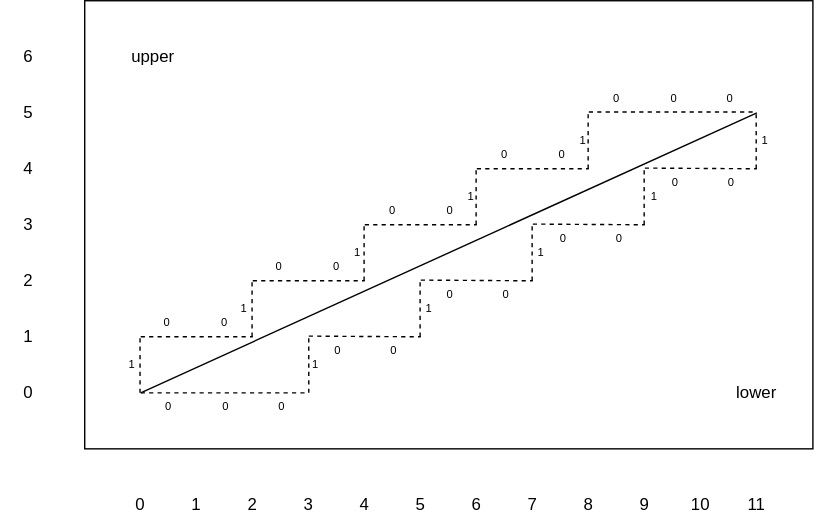
Above: christoffel.svg in visualex/rhythms (draw.io), before the change. Source tidied: cells renumbered, new cells last; positions are measured from the earlier drawing's top-left corner, leaving out a move shared by most shapes.
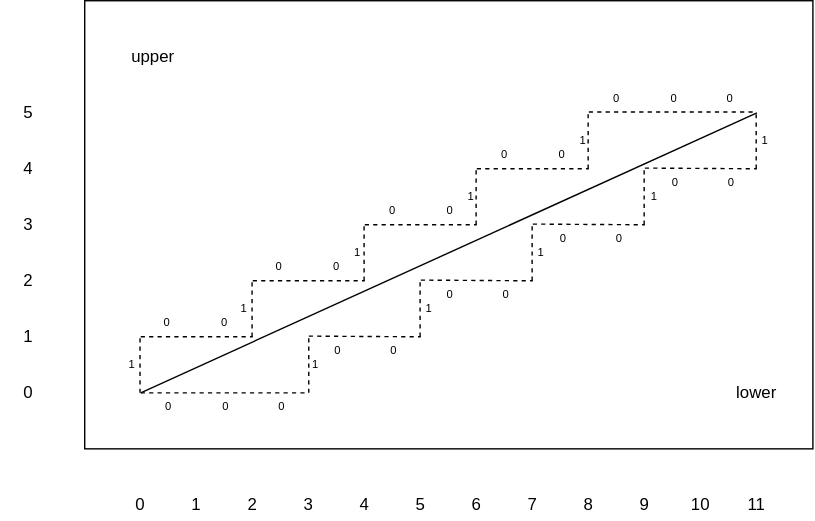
The same diagram one commit later.

Change to the diagram source:
```diff
@@ -17,9 +17,6 @@
     <mxCell id="6" value="5" style="text;html=1;strokeColor=none;fillColor=none;align=center;verticalAlign=middle;whiteSpace=wrap;rounded=0;" parent="1" vertex="1">
       <mxGeometry y="70" width="40" height="20" as="geometry" />
     </mxCell>
-    <mxCell id="7" value="6" style="text;html=1;strokeColor=none;fillColor=none;align=center;verticalAlign=middle;whiteSpace=wrap;rounded=0;" parent="1" vertex="1">
-      <mxGeometry y="30" width="40" height="20" as="geometry" />
-    </mxCell>
     <mxCell id="8" value="0" style="text;html=1;strokeColor=none;fillColor=none;align=center;verticalAlign=middle;whiteSpace=wrap;rounded=0;" parent="1" vertex="1">
       <mxGeometry y="270" width="40" height="20" as="geometry" />
     </mxCell>
```
